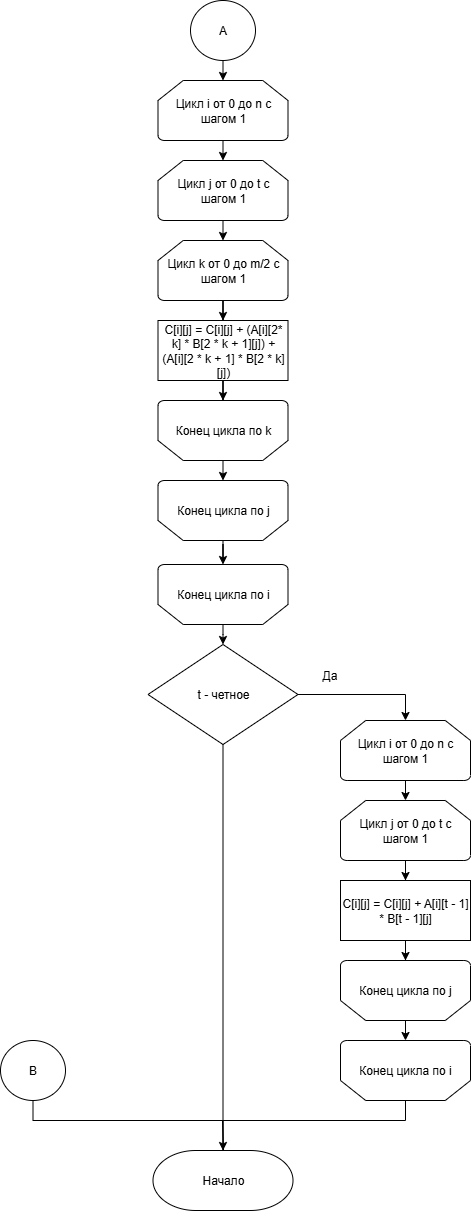
Above: Labs/lab_01/report/images/vinograd_scheme_2.png in Pricolistok/Algorithm-analysis (draw.io), before the change. Source tidied: cells renumbered, new cells last; positions are measured from the earlier drawing's top-left corner, leaving out a move shared by most shapes.
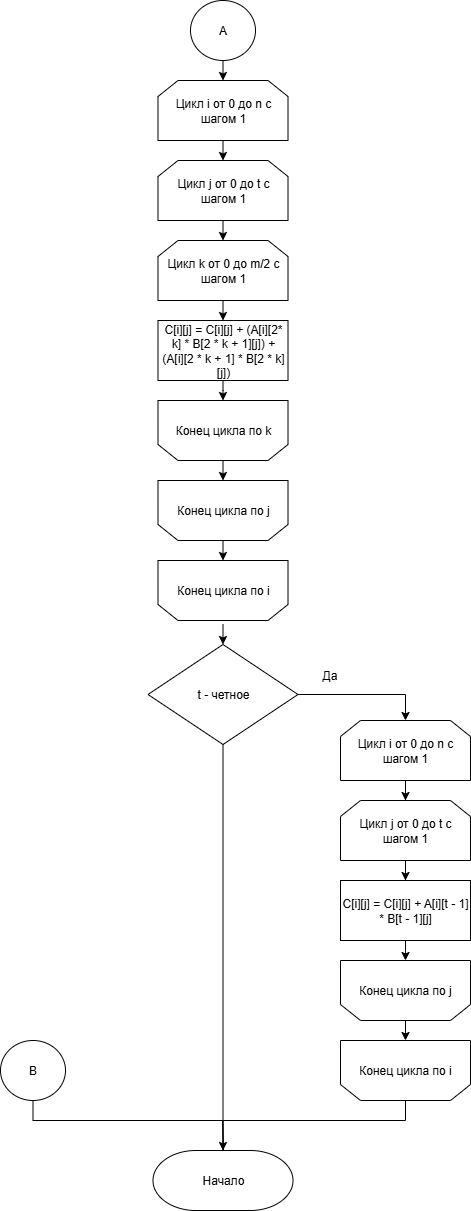
The same diagram one commit later.

Change to the diagram source:
```diff
@@ -2,91 +2,68 @@
   <root>
     <mxCell id="0" />
     <mxCell id="1" parent="0" />
-    <mxCell id="2" value="Цикл i от 0 до n с шагом 1" style="strokeWidth=1;html=1;shape=mxgraph.flowchart.loop_limit;whiteSpace=wrap;" parent="1" vertex="1">
-      <mxGeometry x="157.5" y="80" width="130" height="60" as="geometry" />
-    </mxCell>
-    <mxCell id="3" style="edgeStyle=orthogonalEdgeStyle;rounded=0;jettySize=auto;html=1;strokeWidth=1;" parent="1" edge="1" source="4" target="6">
-      <mxGeometry relative="1" as="geometry" />
-    </mxCell>
-    <mxCell id="4" value="Цикл k от 0 до m/2 с шагом 1" style="strokeWidth=1;html=1;shape=mxgraph.flowchart.loop_limit;whiteSpace=wrap;" parent="1" vertex="1">
-      <mxGeometry x="157.5" y="240" width="130" height="60" as="geometry" />
-    </mxCell>
-    <mxCell id="5" style="edgeStyle=orthogonalEdgeStyle;rounded=0;jettySize=auto;html=1;strokeWidth=1;" parent="1" edge="1" source="6" target="7">
-      <mxGeometry relative="1" as="geometry" />
+    <mxCell id="5" style="edgeStyle=orthogonalEdgeStyle;rounded=0;jettySize=auto;html=1;strokeWidth=1;" parent="1" edge="1" source="6">
+      <mxGeometry relative="1" as="geometry">
+        <mxPoint x="222.5" y="400" as="targetPoint" />
+      </mxGeometry>
     </mxCell>
     <mxCell id="6" value="C[i][j] = C[i][j] + (A[i][2* k] * B[2 * k + 1][j]) + (A[i][2 * k + 1] * B[2 * k][j])" style="rounded=0;whiteSpace=wrap;html=1;strokeWidth=1;" parent="1" vertex="1">
       <mxGeometry x="157.5" y="320" width="130" height="60" as="geometry" />
     </mxCell>
-    <mxCell id="7" value="Конец цикла по k" style="strokeWidth=1;html=1;shape=mxgraph.flowchart.loop_limit;whiteSpace=wrap;flipV=1;" parent="1" vertex="1">
-      <mxGeometry x="157.5" y="400" width="130" height="60" as="geometry" />
-    </mxCell>
-    <mxCell id="8" value="Конец цикла по i" style="strokeWidth=1;html=1;shape=mxgraph.flowchart.loop_limit;whiteSpace=wrap;flipV=1;" parent="1" vertex="1">
-      <mxGeometry x="157.5" y="564" width="130" height="60" as="geometry" />
-    </mxCell>
     <mxCell id="9" value="А" style="strokeWidth=1;html=1;shape=mxgraph.flowchart.start_2;whiteSpace=wrap;" parent="1" vertex="1">
       <mxGeometry x="190" width="65" height="60" as="geometry" />
     </mxCell>
     <mxCell id="10" value="B" style="strokeWidth=1;html=1;shape=mxgraph.flowchart.start_2;whiteSpace=wrap;" parent="1" vertex="1">
       <mxGeometry y="1040" width="65" height="60" as="geometry" />
     </mxCell>
-    <mxCell id="11" style="edgeStyle=orthogonalEdgeStyle;rounded=0;jettySize=auto;html=1;entryX=0.5;entryY=0;entryDx=0;entryDy=0;entryPerimeter=0;strokeWidth=1;" parent="1" edge="1" source="8">
+    <mxCell id="11" style="edgeStyle=orthogonalEdgeStyle;rounded=0;orthogonalLoop=1;jettySize=auto;html=1;entryX=0.5;entryY=0;entryDx=0;entryDy=0;entryPerimeter=0;strokeWidth=1;" parent="1" edge="1">
       <mxGeometry relative="1" as="geometry">
+        <mxPoint x="222.5" y="624" as="sourcePoint" />
         <mxPoint x="222.5" y="644" as="targetPoint" />
       </mxGeometry>
     </mxCell>
-    <mxCell id="12" value="Цикл j от 0 до t с шагом 1" style="strokeWidth=1;html=1;shape=mxgraph.flowchart.loop_limit;whiteSpace=wrap;" parent="1" vertex="1">
-      <mxGeometry x="157.5" y="160" width="130" height="60" as="geometry" />
-    </mxCell>
-    <mxCell id="13" value="Конец цикла по j" style="strokeWidth=1;html=1;shape=mxgraph.flowchart.loop_limit;whiteSpace=wrap;flipV=1;" parent="1" vertex="1">
-      <mxGeometry x="157.5" y="480" width="130" height="60" as="geometry" />
-    </mxCell>
     <mxCell id="14" value="t - четное" style="strokeWidth=1;html=1;shape=mxgraph.flowchart.decision;whiteSpace=wrap;" parent="1" vertex="1">
       <mxGeometry x="147.5" y="644" width="150" height="100" as="geometry" />
     </mxCell>
-    <mxCell id="15" style="edgeStyle=orthogonalEdgeStyle;rounded=0;jettySize=auto;html=1;strokeWidth=1;" parent="1" edge="1" source="16" target="18">
-      <mxGeometry relative="1" as="geometry" />
-    </mxCell>
-    <mxCell id="16" value="Цикл j от 0 до t с шагом 1" style="strokeWidth=1;html=1;shape=mxgraph.flowchart.loop_limit;whiteSpace=wrap;" parent="1" vertex="1">
-      <mxGeometry x="340" y="800" width="130" height="60" as="geometry" />
-    </mxCell>
-    <mxCell id="17" style="edgeStyle=orthogonalEdgeStyle;rounded=0;jettySize=auto;html=1;strokeWidth=1;" parent="1" edge="1" source="18" target="19">
-      <mxGeometry relative="1" as="geometry" />
+    <mxCell id="17" style="edgeStyle=orthogonalEdgeStyle;rounded=0;jettySize=auto;html=1;strokeWidth=1;" parent="1" edge="1" source="18">
+      <mxGeometry relative="1" as="geometry">
+        <mxPoint x="405" y="960" as="targetPoint" />
+      </mxGeometry>
     </mxCell>
     <mxCell id="18" value="C[i][j] = C[i][j] + A[i][t - 1] * B[t - 1][j]" style="rounded=0;whiteSpace=wrap;html=1;strokeWidth=1;" parent="1" vertex="1">
       <mxGeometry x="340" y="880" width="130" height="60" as="geometry" />
     </mxCell>
-    <mxCell id="19" value="Конец цикла по j" style="strokeWidth=1;html=1;shape=mxgraph.flowchart.loop_limit;whiteSpace=wrap;flipV=1;" parent="1" vertex="1">
-      <mxGeometry x="340" y="960" width="130" height="60" as="geometry" />
-    </mxCell>
-    <mxCell id="20" value="Цикл i от 0 до n с шагом 1" style="strokeWidth=1;html=1;shape=mxgraph.flowchart.loop_limit;whiteSpace=wrap;" parent="1" vertex="1">
-      <mxGeometry x="340" y="720" width="130" height="60" as="geometry" />
-    </mxCell>
-    <mxCell id="21" value="Конец цикла по i" style="strokeWidth=1;html=1;shape=mxgraph.flowchart.loop_limit;whiteSpace=wrap;flipV=1;" parent="1" vertex="1">
-      <mxGeometry x="340" y="1040" width="130" height="60" as="geometry" />
-    </mxCell>
-    <mxCell id="22" style="edgeStyle=orthogonalEdgeStyle;rounded=0;jettySize=auto;html=1;exitX=0.5;exitY=1;exitDx=0;exitDy=0;exitPerimeter=0;entryX=0.5;entryY=0;entryDx=0;entryDy=0;entryPerimeter=0;strokeWidth=1;" parent="1" edge="1" source="9" target="2">
-      <mxGeometry relative="1" as="geometry" />
+    <mxCell id="22" style="edgeStyle=orthogonalEdgeStyle;rounded=0;jettySize=auto;html=1;exitX=0.5;exitY=1;exitDx=0;exitDy=0;exitPerimeter=0;entryX=0.5;entryY=0;entryDx=0;entryDy=0;entryPerimeter=0;strokeWidth=1;" parent="1" edge="1" source="9">
+      <mxGeometry relative="1" as="geometry">
+        <mxPoint x="222.5" y="80" as="targetPoint" />
+      </mxGeometry>
     </mxCell>
-    <mxCell id="23" style="edgeStyle=orthogonalEdgeStyle;rounded=0;jettySize=auto;html=1;exitX=0.5;exitY=1;exitDx=0;exitDy=0;exitPerimeter=0;entryX=0.5;entryY=0;entryDx=0;entryDy=0;entryPerimeter=0;strokeWidth=1;" parent="1" edge="1" source="2" target="12">
-      <mxGeometry relative="1" as="geometry" />
+    <mxCell id="23" style="edgeStyle=orthogonalEdgeStyle;rounded=0;orthogonalLoop=1;jettySize=auto;html=1;exitX=0.5;exitY=1;exitDx=0;exitDy=0;exitPerimeter=0;entryX=0.5;entryY=0;entryDx=0;entryDy=0;entryPerimeter=0;strokeWidth=1;" parent="1" edge="1">
+      <mxGeometry relative="1" as="geometry">
+        <mxPoint x="222.5" y="140" as="sourcePoint" />
+        <mxPoint x="222.5" y="160" as="targetPoint" />
+      </mxGeometry>
     </mxCell>
-    <mxCell id="24" style="edgeStyle=orthogonalEdgeStyle;rounded=0;jettySize=auto;html=1;exitX=0.5;exitY=1;exitDx=0;exitDy=0;exitPerimeter=0;entryX=0.5;entryY=0;entryDx=0;entryDy=0;entryPerimeter=0;strokeWidth=1;" parent="1" edge="1" source="12" target="4">
-      <mxGeometry relative="1" as="geometry" />
+    <mxCell id="24" style="edgeStyle=orthogonalEdgeStyle;rounded=0;orthogonalLoop=1;jettySize=auto;html=1;exitX=0.5;exitY=1;exitDx=0;exitDy=0;exitPerimeter=0;entryX=0.5;entryY=0;entryDx=0;entryDy=0;entryPerimeter=0;strokeWidth=1;" parent="1" edge="1">
+      <mxGeometry relative="1" as="geometry">
+        <mxPoint x="222.5" y="220" as="sourcePoint" />
+        <mxPoint x="222.5" y="240" as="targetPoint" />
+      </mxGeometry>
     </mxCell>
-    <mxCell id="25" style="edgeStyle=orthogonalEdgeStyle;rounded=0;jettySize=auto;html=1;exitX=0.5;exitY=0;exitDx=0;exitDy=0;exitPerimeter=0;entryX=0.5;entryY=1;entryDx=0;entryDy=0;entryPerimeter=0;strokeWidth=1;" parent="1" edge="1" source="7" target="13">
-      <mxGeometry relative="1" as="geometry" />
+    <mxCell id="25" style="edgeStyle=orthogonalEdgeStyle;rounded=0;orthogonalLoop=1;jettySize=auto;html=1;exitX=0.5;exitY=0;exitDx=0;exitDy=0;exitPerimeter=0;entryX=0.5;entryY=1;entryDx=0;entryDy=0;entryPerimeter=0;strokeWidth=1;" parent="1" edge="1">
+      <mxGeometry relative="1" as="geometry">
+        <mxPoint x="222.5" y="460" as="sourcePoint" />
+        <mxPoint x="222.5" y="480" as="targetPoint" />
+      </mxGeometry>
     </mxCell>
-    <mxCell id="26" style="edgeStyle=orthogonalEdgeStyle;rounded=0;jettySize=auto;html=1;entryX=0.5;entryY=1;entryDx=0;entryDy=0;entryPerimeter=0;strokeWidth=1;" parent="1" edge="1" source="13" target="8">
-      <mxGeometry relative="1" as="geometry" />
-    </mxCell>
-    <mxCell id="27" style="edgeStyle=orthogonalEdgeStyle;rounded=0;jettySize=auto;html=1;exitX=1;exitY=0.5;exitDx=0;exitDy=0;exitPerimeter=0;entryX=0.5;entryY=0;entryDx=0;entryDy=0;entryPerimeter=0;strokeWidth=1;" parent="1" edge="1" source="14" target="20">
+    <mxCell id="27" style="edgeStyle=orthogonalEdgeStyle;rounded=0;jettySize=auto;html=1;exitX=1;exitY=0.5;exitDx=0;exitDy=0;exitPerimeter=0;strokeWidth=1;entryX=0.5;entryY=0;entryDx=0;entryDy=0;" parent="1" edge="1" source="14" target="42">
       <mxGeometry relative="1" as="geometry" />
     </mxCell>
-    <mxCell id="28" style="edgeStyle=orthogonalEdgeStyle;rounded=0;jettySize=auto;html=1;exitX=0.5;exitY=1;exitDx=0;exitDy=0;exitPerimeter=0;entryX=0.5;entryY=0;entryDx=0;entryDy=0;entryPerimeter=0;strokeWidth=1;" parent="1" edge="1" source="20" target="16">
-      <mxGeometry relative="1" as="geometry" />
-    </mxCell>
-    <mxCell id="29" style="edgeStyle=orthogonalEdgeStyle;rounded=0;jettySize=auto;html=1;exitX=0.5;exitY=0;exitDx=0;exitDy=0;exitPerimeter=0;entryX=0.5;entryY=1;entryDx=0;entryDy=0;entryPerimeter=0;strokeWidth=1;" parent="1" edge="1" source="19" target="21">
-      <mxGeometry relative="1" as="geometry" />
+    <mxCell id="29" style="edgeStyle=orthogonalEdgeStyle;rounded=0;orthogonalLoop=1;jettySize=auto;html=1;exitX=0.5;exitY=0;exitDx=0;exitDy=0;exitPerimeter=0;entryX=0.5;entryY=1;entryDx=0;entryDy=0;entryPerimeter=0;strokeWidth=1;" parent="1" edge="1">
+      <mxGeometry relative="1" as="geometry">
+        <mxPoint x="405" y="1020" as="sourcePoint" />
+        <mxPoint x="405" y="1040" as="targetPoint" />
+      </mxGeometry>
     </mxCell>
     <mxCell id="30" value="Начало" style="strokeWidth=1;html=1;shape=mxgraph.flowchart.terminator;whiteSpace=wrap;" parent="1" vertex="1">
       <mxGeometry x="152.5" y="1150" width="140" height="60" as="geometry" />
@@ -94,8 +71,9 @@
     <mxCell id="31" style="edgeStyle=orthogonalEdgeStyle;rounded=0;jettySize=auto;html=1;entryX=0.5;entryY=0;entryDx=0;entryDy=0;entryPerimeter=0;strokeWidth=1;" parent="1" edge="1" source="14" target="30">
       <mxGeometry relative="1" as="geometry" />
     </mxCell>
-    <mxCell id="32" style="edgeStyle=orthogonalEdgeStyle;rounded=0;jettySize=auto;html=1;endArrow=none;endFill=0;exitX=0.5;exitY=0;exitDx=0;exitDy=0;exitPerimeter=0;strokeWidth=1;" parent="1" edge="1" source="21">
+    <mxCell id="32" style="edgeStyle=orthogonalEdgeStyle;rounded=0;orthogonalLoop=1;jettySize=auto;html=1;endArrow=none;endFill=0;exitX=0.5;exitY=0;exitDx=0;exitDy=0;exitPerimeter=0;strokeWidth=1;" parent="1" edge="1">
       <mxGeometry relative="1" as="geometry">
+        <mxPoint x="405" y="1100" as="sourcePoint" />
         <mxPoint x="223" y="1150" as="targetPoint" />
         <Array as="points">
           <mxPoint x="405" y="1120" />
@@ -114,5 +92,49 @@
     <mxCell id="34" value="Да" style="text;strokeColor=none;align=left;fillColor=none;html=1;verticalAlign=middle;whiteSpace=wrap;rounded=0;strokeWidth=1;" parent="1" vertex="1">
       <mxGeometry x="320" y="660" width="30" height="30" as="geometry" />
     </mxCell>
+    <mxCell id="35" value="Цикл i от 0 до n с шагом 1" style="shape=loopLimit;whiteSpace=wrap;html=1;" parent="1" vertex="1">
+      <mxGeometry x="157.5" y="80" width="130" height="60" as="geometry" />
+    </mxCell>
+    <mxCell id="36" value="Цикл j от 0 до t с шагом 1" style="shape=loopLimit;whiteSpace=wrap;html=1;" parent="1" vertex="1">
+      <mxGeometry x="157.5" y="160" width="130" height="60" as="geometry" />
+    </mxCell>
+    <mxCell id="37" style="edgeStyle=orthogonalEdgeStyle;rounded=0;jettySize=auto;html=1;entryX=0.5;entryY=0;entryDx=0;entryDy=0;" parent="1" edge="1" target="6">
+      <mxGeometry relative="1" as="geometry">
+        <mxPoint x="222.5" y="290" as="sourcePoint" />
+      </mxGeometry>
+    </mxCell>
+    <mxCell id="4" value="Цикл k от 0 до m/2 с шагом 1" style="shape=loopLimit;whiteSpace=wrap;html=1;" parent="1" vertex="1">
+      <mxGeometry x="157.5" y="240" width="130" height="60" as="geometry" />
+    </mxCell>
+    <mxCell id="7" value="Конец цикла по k" style="shape=loopLimit;whiteSpace=wrap;html=1;flipV=1;" parent="1" vertex="1">
+      <mxGeometry x="157.5" y="400" width="130" height="60" as="geometry" />
+    </mxCell>
+    <mxCell id="38" style="edgeStyle=orthogonalEdgeStyle;rounded=0;jettySize=auto;html=1;exitX=0.5;exitY=1;exitDx=0;exitDy=0;entryX=0.5;entryY=0;entryDx=0;entryDy=0;" parent="1" edge="1" source="39" target="40">
+      <mxGeometry relative="1" as="geometry" />
+    </mxCell>
+    <mxCell id="39" value="Конец цикла по j" style="shape=loopLimit;whiteSpace=wrap;html=1;flipV=1;" parent="1" vertex="1">
+      <mxGeometry x="157.5" y="480" width="130" height="60" as="geometry" />
+    </mxCell>
+    <mxCell id="40" value="Конец цикла по i" style="shape=loopLimit;whiteSpace=wrap;html=1;flipV=1;" parent="1" vertex="1">
+      <mxGeometry x="157.5" y="560" width="130" height="60" as="geometry" />
+    </mxCell>
+    <mxCell id="41" style="edgeStyle=orthogonalEdgeStyle;rounded=0;jettySize=auto;html=1;" parent="1" edge="1" source="42" target="44">
+      <mxGeometry relative="1" as="geometry" />
+    </mxCell>
+    <mxCell id="42" value="Цикл i от 0 до n с шагом 1" style="shape=loopLimit;whiteSpace=wrap;html=1;" parent="1" vertex="1">
+      <mxGeometry x="340" y="720" width="130" height="60" as="geometry" />
+    </mxCell>
+    <mxCell id="43" style="edgeStyle=orthogonalEdgeStyle;rounded=0;jettySize=auto;html=1;" parent="1" edge="1" source="44" target="18">
+      <mxGeometry relative="1" as="geometry" />
+    </mxCell>
+    <mxCell id="44" value="Цикл j от 0 до t с шагом 1" style="shape=loopLimit;whiteSpace=wrap;html=1;" parent="1" vertex="1">
+      <mxGeometry x="340" y="800" width="130" height="60" as="geometry" />
+    </mxCell>
+    <mxCell id="45" value="Конец цикла по j" style="shape=loopLimit;whiteSpace=wrap;html=1;flipV=1;" parent="1" vertex="1">
+      <mxGeometry x="340" y="960" width="130" height="60" as="geometry" />
+    </mxCell>
+    <mxCell id="46" value="Конец цикла по i" style="shape=loopLimit;whiteSpace=wrap;html=1;flipV=1;" parent="1" vertex="1">
+      <mxGeometry x="340" y="1040" width="130" height="60" as="geometry" />
+    </mxCell>
   </root>
 </mxGraphModel>
```
